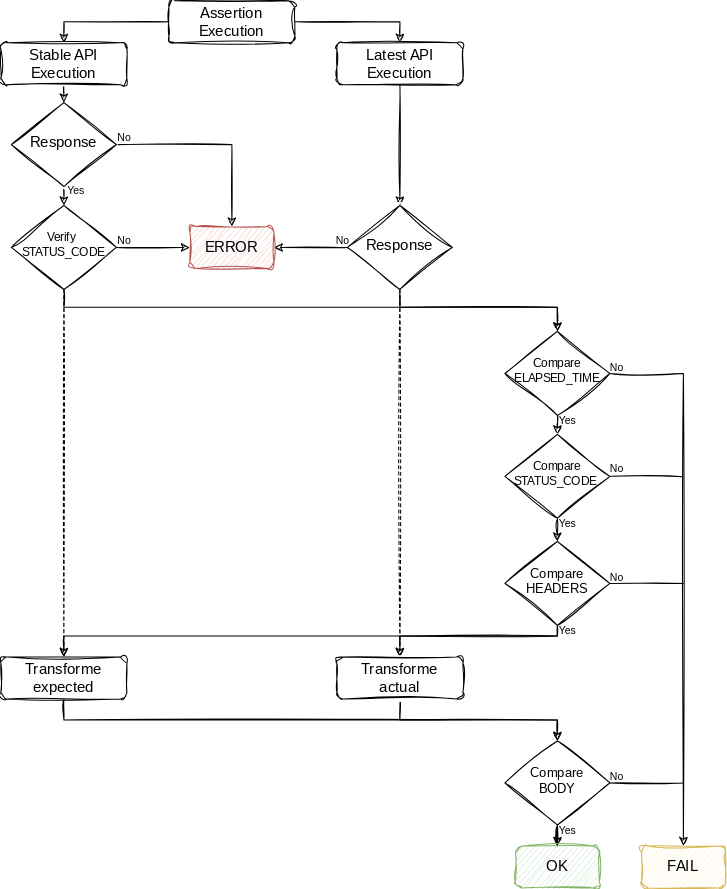
Before: doc/diagram/assertion.diagram.svg, a diagram exported from draw.io (oneteme/assertapi-core). Source tidied: cells renumbered, new cells last; positions are measured from the earlier drawing's top-left corner, leaving out a move shared by most shapes.
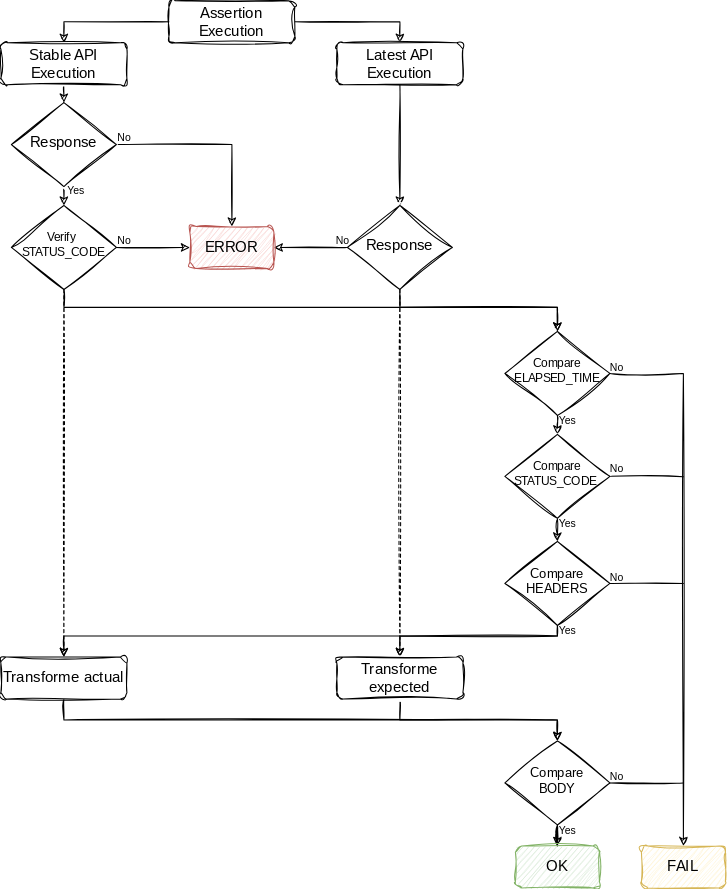
After the change.

Diff of the diagram source:
```diff
@@ -133,7 +133,7 @@
         </Array>
       </mxGeometry>
     </mxCell>
-    <mxCell id="36" value="Transforme &lt;br style=&quot;font-size: 14px;&quot;&gt;actual" style="rounded=1;whiteSpace=wrap;html=1;fontSize=14;glass=0;strokeWidth=1;shadow=0;fillColor=rgb(255, 255, 255);labelBackgroundColor=none;strokeColor=default;fontFamily=Architects Daughter;fontSource=https%3A%2F%2Ffonts.googleapis.com%2Fcss%3Ffamily%3DArchitects%2BDaughter;fontColor=#000000;sketch=1;curveFitting=1;jiggle=2;" parent="1" vertex="1">
+    <mxCell id="36" value="Transforme &lt;br style=&quot;font-size: 14px;&quot;&gt;expected" style="rounded=1;whiteSpace=wrap;html=1;fontSize=14;glass=0;strokeWidth=1;shadow=0;fillColor=rgb(255, 255, 255);labelBackgroundColor=none;strokeColor=default;fontFamily=Architects Daughter;fontSource=https%3A%2F%2Ffonts.googleapis.com%2Fcss%3Ffamily%3DArchitects%2BDaughter;fontColor=#000000;sketch=1;curveFitting=1;jiggle=2;" parent="1" vertex="1">
       <mxGeometry x="320" y="625" width="120" height="40" as="geometry" />
     </mxCell>
     <mxCell id="37" style="edgeStyle=orthogonalEdgeStyle;rounded=0;sketch=1;jettySize=auto;html=1;strokeColor=default;fontFamily=Helvetica;fontSize=14;fontColor=#000000;startArrow=none;startFill=0;endArrow=classic;endFill=1;" parent="1" edge="1" source="38" target="41">
@@ -144,7 +144,7 @@
         </Array>
       </mxGeometry>
     </mxCell>
-    <mxCell id="38" value="Transforme expected" style="rounded=1;whiteSpace=wrap;html=1;fontSize=14;glass=0;strokeWidth=1;shadow=0;sketch=1;curveFitting=1;jiggle=2;fillColor=rgb(255, 255, 255);labelBackgroundColor=none;strokeColor=default;fontFamily=Architects Daughter;fontSource=https%3A%2F%2Ffonts.googleapis.com%2Fcss%3Ffamily%3DArchitects%2BDaughter;fontColor=#000000;" parent="1" vertex="1">
+    <mxCell id="38" value="Transforme actual" style="rounded=1;whiteSpace=wrap;html=1;fontSize=14;glass=0;strokeWidth=1;shadow=0;sketch=1;curveFitting=1;jiggle=2;fillColor=rgb(255, 255, 255);labelBackgroundColor=none;strokeColor=default;fontFamily=Architects Daughter;fontSource=https%3A%2F%2Ffonts.googleapis.com%2Fcss%3Ffamily%3DArchitects%2BDaughter;fontColor=#000000;" parent="1" vertex="1">
       <mxGeometry y="625" width="120" height="40" as="geometry" />
     </mxCell>
     <mxCell id="39" style="edgeStyle=orthogonalEdgeStyle;rounded=0;jettySize=auto;html=1;entryX=0.5;entryY=0;entryDx=0;entryDy=0;strokeColor=default;fontFamily=Helvetica;fontSize=14;fontColor=#000000;startArrow=none;startFill=0;endArrow=classic;endFill=1;sketch=1;curveFitting=1;jiggle=2;" parent="1" edge="1" source="41" target="42">
```
